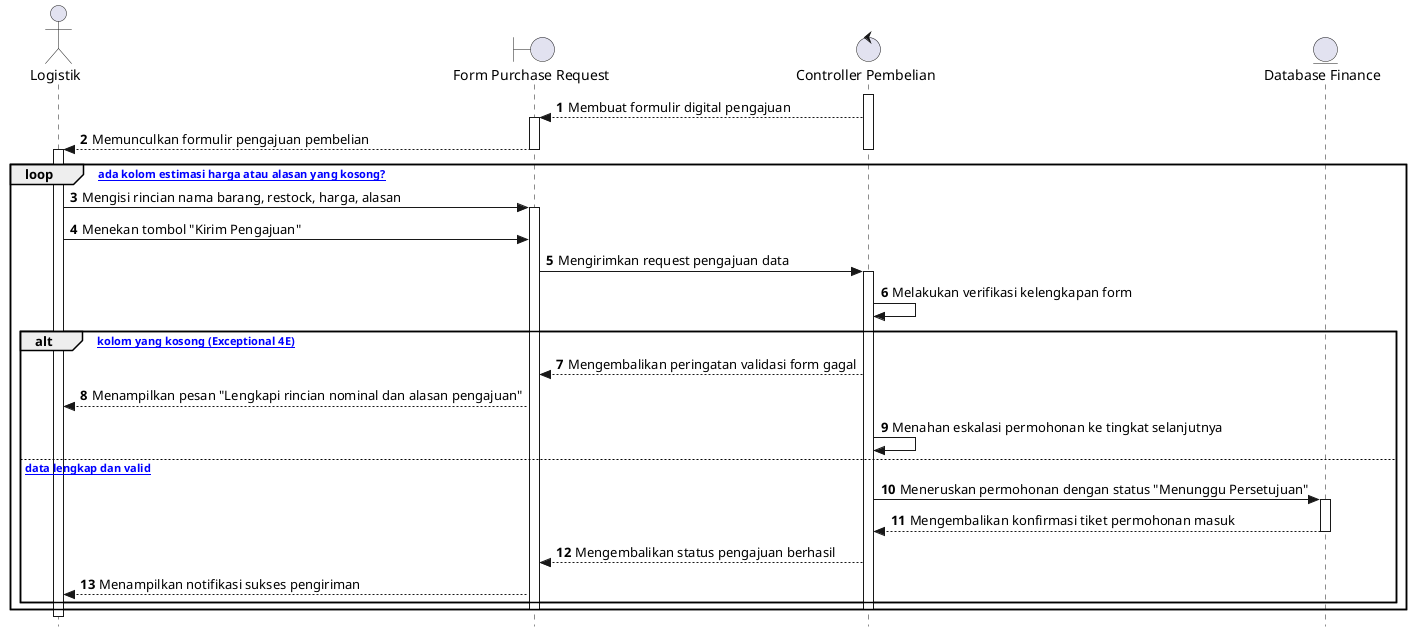
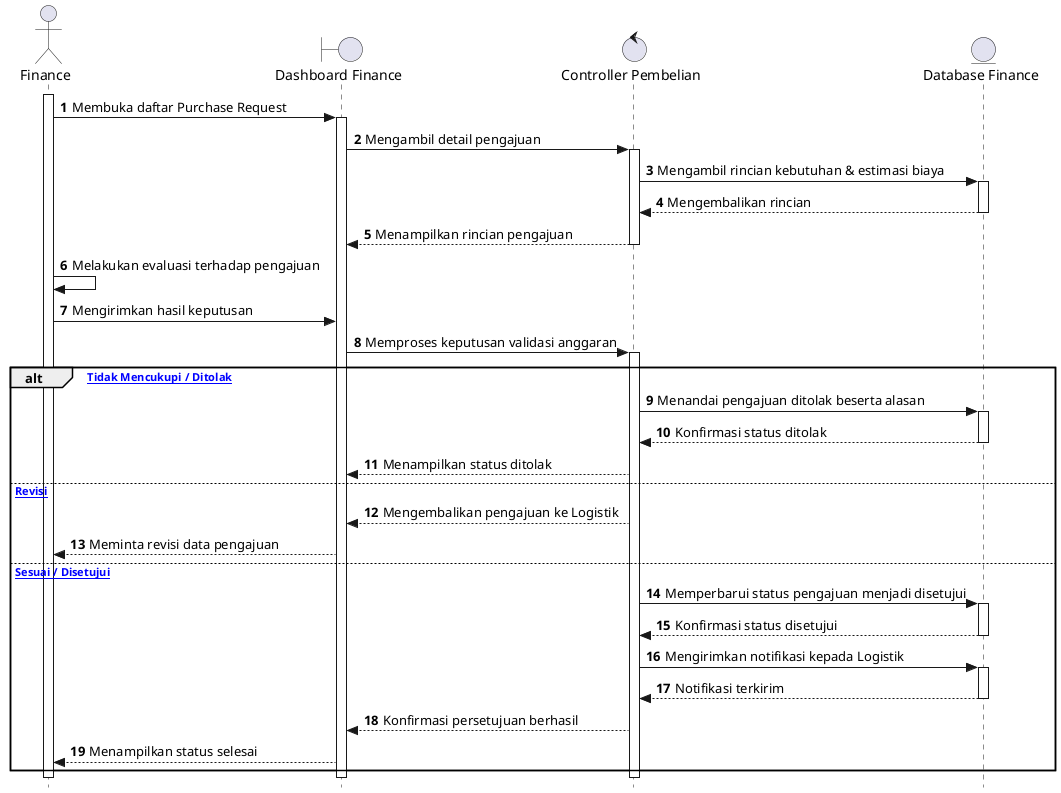
@startuml
autonumber
skinparam style strictuml

- actor Logistik
- boundary "Form Purchase Request" as Form
+ actor Finance
+ boundary "Dashboard Finance" as Form
control "Controller Pembelian" as Ctrl
entity "Database Finance" as DB

+ activate Finance
+ Finance -> Form: Membuka daftar Purchase Request
+ activate Form
+ Form -> Ctrl: Mengambil detail pengajuan
activate Ctrl
- Ctrl --> Form: Membuat formulir digital pengajuan
- activate Form
- Form --> Logistik: Memunculkan formulir pengajuan pembelian
- deactivate Form
+ Ctrl -> DB: Mengambil rincian kebutuhan & estimasi biaya
+ activate DB
+ DB --> Ctrl: Mengembalikan rincian
+ deactivate DB
+ Ctrl --> Form: Menampilkan rincian pengajuan
deactivate Ctrl

- activate Logistik
- loop [Apakah ada kolom estimasi harga atau alasan yang kosong?]
-     Logistik -> Form: Mengisi rincian nama barang, restock, harga, alasan
-     activate Form
-     Logistik -> Form: Menekan tombol "Kirim Pengajuan"
-     Form -> Ctrl: Mengirimkan request pengajuan data
-     activate Ctrl
+ Finance -> Finance: Melakukan evaluasi terhadap pengajuan
+ Finance -> Form: Mengirimkan hasil keputusan
+ Form -> Ctrl: Memproses keputusan validasi anggaran
+ activate Ctrl

-     Ctrl -> Ctrl: Melakukan verifikasi kelengkapan form
- 
-     alt [Ada kolom yang kosong (Exceptional 4E)]
-         Ctrl --> Form: Mengembalikan peringatan validasi form gagal
-         Form --> Logistik: Menampilkan pesan "Lengkapi rincian nominal dan alasan pengajuan"
-         Ctrl -> Ctrl: Menahan eskalasi permohonan ke tingkat selanjutnya
-     else [Semua data lengkap dan valid]
-         Ctrl -> DB: Meneruskan permohonan dengan status "Menunggu Persetujuan"
-         activate DB
-         DB --> Ctrl: Mengembalikan konfirmasi tiket permohonan masuk
-         deactivate DB
-         Ctrl --> Form: Mengembalikan status pengajuan berhasil
-         Form --> Logistik: Menampilkan notifikasi sukses pengiriman
-     end
- 
-     deactivate Ctrl
-     deactivate Form
+ alt [Anggaran Tidak Mencukupi / Ditolak]
+     Ctrl -> DB: Menandai pengajuan ditolak beserta alasan
+     activate DB
+     DB --> Ctrl: Konfirmasi status ditolak
+     deactivate DB
+     Ctrl --> Form: Menampilkan status ditolak
+ else [Butuh Revisi]
+     Ctrl --> Form: Mengembalikan pengajuan ke Logistik
+     Form --> Finance: Meminta revisi data pengajuan
+ else [Anggaran Sesuai / Disetujui]
+     Ctrl -> DB: Memperbarui status pengajuan menjadi disetujui
+     activate DB
+     DB --> Ctrl: Konfirmasi status disetujui
+     deactivate DB
+     Ctrl -> DB: Mengirimkan notifikasi kepada Logistik
+     activate DB
+     DB --> Ctrl: Notifikasi terkirim
+     deactivate DB
+     Ctrl --> Form: Konfirmasi persetujuan berhasil
+     Form --> Finance: Menampilkan status selesai
end

- deactivate Logistik
+ deactivate Ctrl
+ deactivate Form
+ deactivate Finance
@enduml